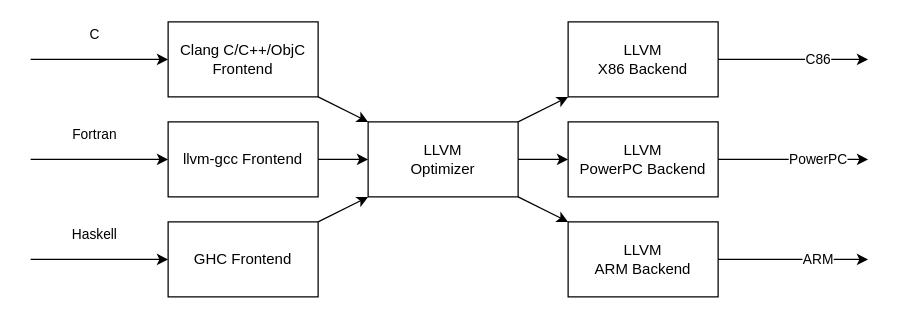
Above: llvm_3components_multiple.drawio in petkapou/DIP_diagrams (draw.io), before the change. Source tidied: cells renumbered, new cells numbered last; positions are measured from the earlier drawing's top-left corner, leaving out a move shared by most shapes. Both pictures are drawn from the tidied source at 125%, with x=0, y=0 at pixel (30, 21).
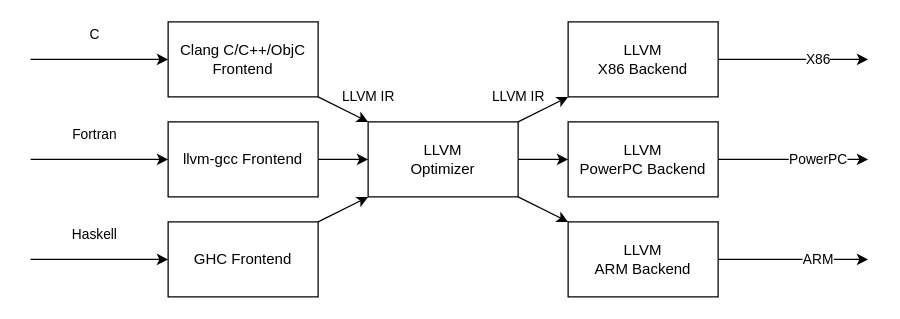
After the change.

Unchanged cells that the change refers to:
```xml
<mxCell id="3" value="Clang C/C++/ObjC&lt;br&gt;Frontend" style="rounded=0;whiteSpace=wrap;html=1;" parent="1" vertex="1">
  <mxGeometry x="110" width="120" height="60" as="geometry" />
</mxCell>
<mxCell id="4" value="LLVM&lt;br&gt;Optimizer" style="rounded=0;whiteSpace=wrap;html=1;" parent="1" vertex="1">
  <mxGeometry x="270" y="80" width="120" height="60" as="geometry" />
</mxCell>
<mxCell id="12" value="LLVM&lt;br&gt;X86 Backend" style="rounded=0;whiteSpace=wrap;html=1;" parent="1" vertex="1">
  <mxGeometry x="430" width="120" height="60" as="geometry" />
</mxCell>
```

What changed in the source:
```diff
@@
-    <mxCell id="11" value="C86" style="edgeStyle=orthogonalEdgeStyle;rounded=0;jettySize=auto;html=1;" parent="1" edge="1" source="12">
+    <mxCell id="11" value="X86" style="edgeStyle=orthogonalEdgeStyle;rounded=0;jettySize=auto;html=1;" parent="1" edge="1" source="12">
       <mxGeometry y="20" relative="1" as="geometry">
         <mxPoint x="670" y="30" as="targetPoint" />
       </mxGeometry>
     </mxCell>
@@
-    <mxCell id="15" style="endArrow=classic;html=1;rounded=0;" parent="1" edge="1" source="3" target="4">
-      <mxGeometry relative="1" as="geometry" />
+    <mxCell id="15" value="LLVM IR" style="endArrow=classic;html=1;rounded=0;" parent="1" edge="1" source="3" target="4">
+      <mxGeometry x="0.6" y="18" relative="1" as="geometry" />
     </mxCell>
@@
-    <mxCell id="18" style="endArrow=classic;html=1;rounded=0;" parent="1" edge="1" source="4" target="12">
-      <mxGeometry relative="1" as="geometry" />
+    <mxCell id="18" value="LLVM IR" style="endArrow=classic;html=1;rounded=0;" parent="1" edge="1" source="4" target="12">
+      <mxGeometry x="-0.6" y="18" relative="1" as="geometry" />
     </mxCell>
```
